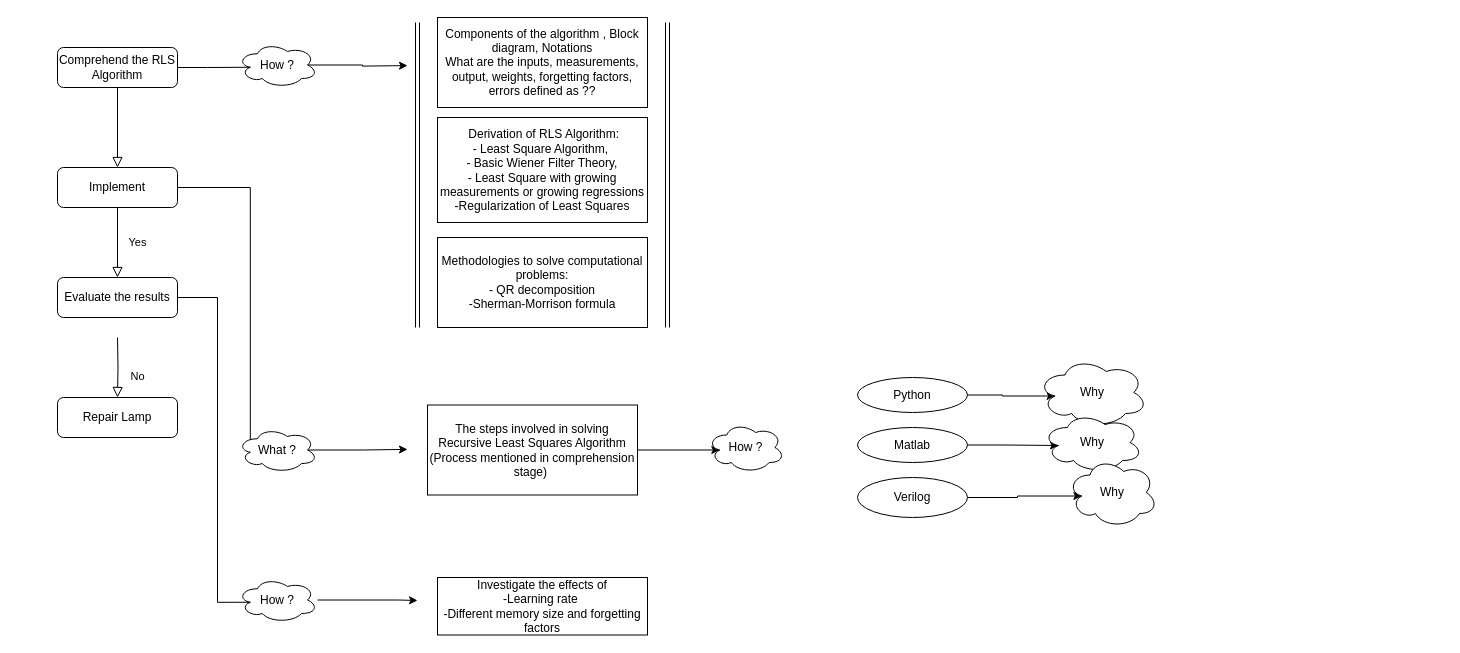
Earlier version of the draw.io diagram Başlıksız Diyagram.drawio (EnesErcin/Recursive_Least-Squares_Algorithm). Source tidied: cells renumbered, new cells numbered last; positions are measured from the earlier drawing's top-left corner, leaving out a move shared by most shapes. Both pictures are drawn from the tidied source at 100%, with x=0, y=0 at pixel (57, 17).
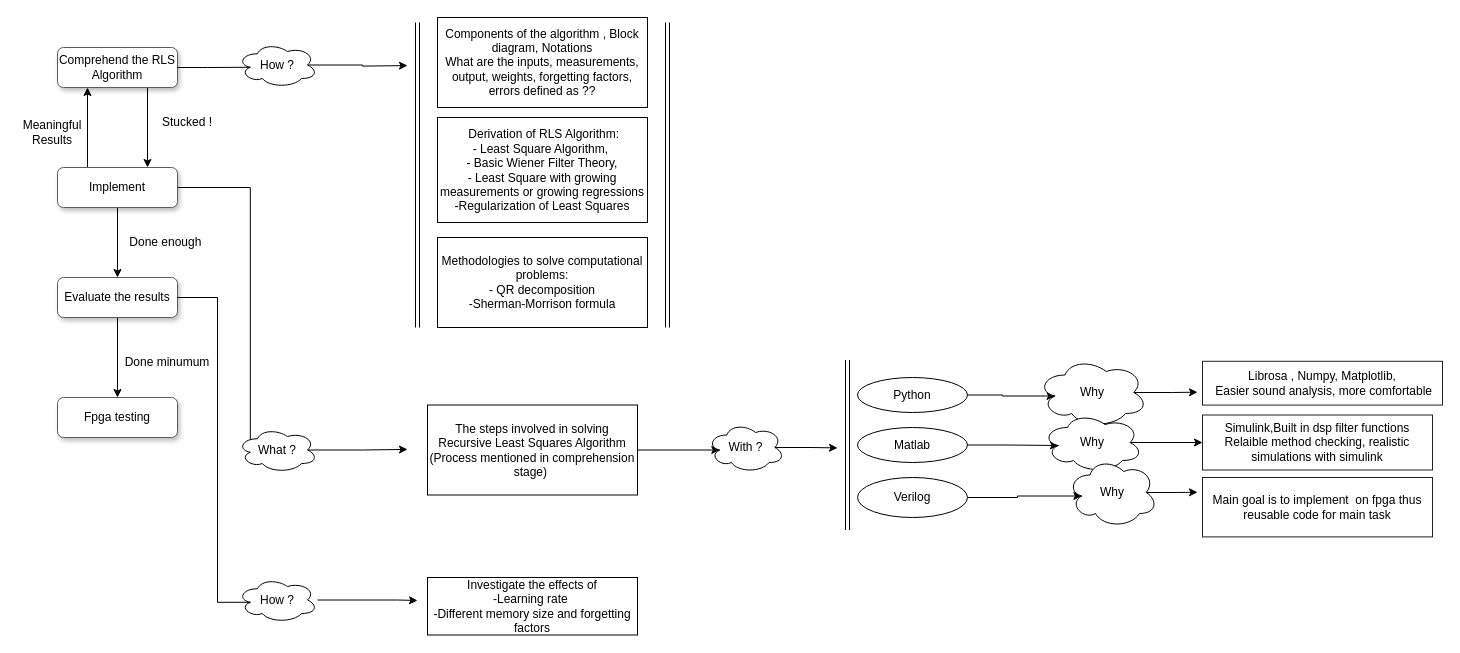
The same page after the edit.

Unchanged cells that the change refers to:
```xml
<mxCell id="23" value="What ?" style="ellipse;shape=cloud;whiteSpace=wrap;html=1;" parent="1" vertex="1">
  <mxGeometry x="180" y="410" width="80" height="45" as="geometry" />
</mxCell>
<mxCell id="33" value="Why" style="ellipse;shape=cloud;whiteSpace=wrap;html=1;" parent="1" vertex="1">
  <mxGeometry x="980" y="340" width="110" height="70" as="geometry" />
</mxCell>
<mxCell id="34" value="Why" style="ellipse;shape=cloud;whiteSpace=wrap;html=1;" parent="1" vertex="1">
  <mxGeometry x="985" y="395" width="100" height="60" as="geometry" />
</mxCell>
<mxCell id="35" value="Why" style="ellipse;shape=cloud;whiteSpace=wrap;html=1;" parent="1" vertex="1">
  <mxGeometry x="1010" y="440" width="90" height="70" as="geometry" />
</mxCell>
```

What changed in the source:
```diff
@@
-    <mxCell id="2" style="rounded=0;html=1;jettySize=auto;fontSize=11;endArrow=block;endFill=0;endSize=8;strokeWidth=1;shadow=0;labelBackgroundColor=none;edgeStyle=orthogonalEdgeStyle;entryX=0.5;entryY=0;entryDx=0;entryDy=0;" parent="1" edge="1" source="3" target="6">
+    <mxCell id="2" style="edgeStyle=orthogonalEdgeStyle;rounded=0;jettySize=auto;html=1;exitX=0.75;exitY=1;exitDx=0;exitDy=0;entryX=0.75;entryY=0;entryDx=0;entryDy=0;" parent="1" edge="1" source="3" target="6">
       <mxGeometry relative="1" as="geometry" />
     </mxCell>
-    <mxCell id="3" value="Comprehend the RLS Algorithm" style="rounded=1;whiteSpace=wrap;html=1;fontSize=12;glass=0;strokeWidth=1;shadow=0;" parent="1" vertex="1">
+    <mxCell id="3" value="Comprehend the RLS Algorithm" style="rounded=1;whiteSpace=wrap;html=1;fontSize=12;glass=0;strokeWidth=1;shadow=1;strokeColor=#5E566B;" parent="1" vertex="1">
       <mxGeometry y="30" width="120" height="40" as="geometry" />
     </mxCell>
+    <mxCell id="5" style="edgeStyle=orthogonalEdgeStyle;rounded=0;jettySize=auto;html=1;exitX=1;exitY=0.5;exitDx=0;exitDy=0;entryX=0.16;entryY=0.55;entryDx=0;entryDy=0;entryPerimeter=0;" parent="1" edge="1" source="6" target="23">
+      <mxGeometry relative="1" as="geometry" />
+    </mxCell>
-    <mxCell id="4" value="Yes" style="rounded=0;html=1;jettySize=auto;fontSize=11;endArrow=block;endFill=0;endSize=8;strokeWidth=1;shadow=0;labelBackgroundColor=none;edgeStyle=orthogonalEdgeStyle;entryX=0.5;entryY=0;entryDx=0;entryDy=0;" parent="1" edge="1" source="6" target="10">
-      <mxGeometry y="20" relative="1" as="geometry" />
+    <mxCell id="4" style="edgeStyle=orthogonalEdgeStyle;rounded=0;jettySize=auto;html=1;exitX=0.5;exitY=1;exitDx=0;exitDy=0;entryX=0.5;entryY=0;entryDx=0;entryDy=0;" parent="1" edge="1" source="6" target="10">
+      <mxGeometry relative="1" as="geometry" />
     </mxCell>
-    <mxCell id="5" style="edgeStyle=orthogonalEdgeStyle;rounded=0;jettySize=auto;html=1;exitX=1;exitY=0.5;exitDx=0;exitDy=0;entryX=0.16;entryY=0.55;entryDx=0;entryDy=0;entryPerimeter=0;" parent="1" edge="1" source="6" target="23">
-      <mxGeometry relative="1" as="geometry" />
-    </mxCell>
+    <mxCell id="36" style="edgeStyle=orthogonalEdgeStyle;rounded=0;jettySize=auto;html=1;exitX=0.25;exitY=0;exitDx=0;exitDy=0;entryX=0.25;entryY=1;entryDx=0;entryDy=0;" parent="1" edge="1" source="6" target="3">
+      <mxGeometry relative="1" as="geometry" />
+    </mxCell>
-    <mxCell id="6" value="Implement" style="rounded=1;whiteSpace=wrap;html=1;fontSize=12;glass=0;strokeWidth=1;shadow=0;" parent="1" vertex="1">
+    <mxCell id="6" value="Implement" style="rounded=1;whiteSpace=wrap;html=1;fontSize=12;glass=0;strokeWidth=1;shadow=1;strokeColor=#5E566B;" parent="1" vertex="1">
       <mxGeometry y="150" width="120" height="40" as="geometry" />
     </mxCell>
-    <mxCell id="7" value="No" style="rounded=0;html=1;jettySize=auto;fontSize=11;endArrow=block;endFill=0;endSize=8;strokeWidth=1;shadow=0;labelBackgroundColor=none;edgeStyle=orthogonalEdgeStyle;" parent="1" edge="1" target="8">
-      <mxGeometry x="0.33" y="20" relative="1" as="geometry">
-        <mxPoint x="60" y="320" as="sourcePoint" />
-      </mxGeometry>
-    </mxCell>
-    <mxCell id="8" value="Repair Lamp" style="rounded=1;whiteSpace=wrap;html=1;fontSize=12;glass=0;strokeWidth=1;shadow=0;" parent="1" vertex="1">
+    <mxCell id="8" value="Fpga testing" style="rounded=1;whiteSpace=wrap;html=1;fontSize=12;glass=0;strokeWidth=1;shadow=1;strokeColor=#5E566B;" parent="1" vertex="1">
       <mxGeometry y="380" width="120" height="40" as="geometry" />
     </mxCell>
@@
+    <mxCell id="37" style="edgeStyle=orthogonalEdgeStyle;rounded=0;jettySize=auto;html=1;exitX=0.5;exitY=1;exitDx=0;exitDy=0;entryX=0.5;entryY=0;entryDx=0;entryDy=0;" parent="1" edge="1" source="10" target="8">
+      <mxGeometry relative="1" as="geometry" />
+    </mxCell>
-    <mxCell id="10" value="Evaluate the results" style="rounded=1;whiteSpace=wrap;html=1;fontSize=12;glass=0;strokeWidth=1;shadow=0;" parent="1" vertex="1">
+    <mxCell id="10" value="Evaluate the results" style="rounded=1;whiteSpace=wrap;html=1;fontSize=12;glass=0;strokeWidth=1;shadow=1;strokeColor=#5E566B;" parent="1" vertex="1">
       <mxGeometry y="260" width="120" height="40" as="geometry" />
     </mxCell>
@@
     <mxCell id="19" value="Investigate the effects of &lt;br&gt;-Learning rate&amp;nbsp;&lt;br&gt;-Different memory size and forgetting factors" style="rounded=0;whiteSpace=wrap;html=1;" parent="1" vertex="1">
-      <mxGeometry x="380" y="560" width="210" height="57.5" as="geometry" />
+      <mxGeometry x="370" y="560" width="210" height="57.5" as="geometry" />
     </mxCell>
@@
+    <mxCell id="38" style="edgeStyle=orthogonalEdgeStyle;rounded=0;jettySize=auto;html=1;exitX=0.875;exitY=0.5;exitDx=0;exitDy=0;exitPerimeter=0;" parent="1" edge="1" source="32">
+      <mxGeometry relative="1" as="geometry">
+        <mxPoint x="780" y="430.4" as="targetPoint" />
+      </mxGeometry>
+    </mxCell>
-    <mxCell id="32" value="How ?" style="ellipse;shape=cloud;whiteSpace=wrap;html=1;" parent="1" vertex="1">
+    <mxCell id="32" value="With ?" style="ellipse;shape=cloud;whiteSpace=wrap;html=1;" parent="1" vertex="1">
       <mxGeometry x="650" y="405" width="77" height="50" as="geometry" />
     </mxCell>
+    <mxCell id="39" style="edgeStyle=orthogonalEdgeStyle;rounded=0;jettySize=auto;html=1;exitX=0.875;exitY=0.5;exitDx=0;exitDy=0;exitPerimeter=0;" parent="1" edge="1" source="33">
+      <mxGeometry relative="1" as="geometry">
+        <mxPoint x="1140" y="374.7" as="targetPoint" />
+      </mxGeometry>
+    </mxCell>
@@
+    <mxCell id="40" style="edgeStyle=orthogonalEdgeStyle;rounded=0;jettySize=auto;html=1;exitX=0.875;exitY=0.5;exitDx=0;exitDy=0;exitPerimeter=0;" parent="1" edge="1" source="34" target="43">
+      <mxGeometry relative="1" as="geometry" />
+    </mxCell>
@@
+    <mxCell id="41" style="edgeStyle=orthogonalEdgeStyle;rounded=0;jettySize=auto;html=1;exitX=0.875;exitY=0.5;exitDx=0;exitDy=0;exitPerimeter=0;" parent="1" edge="1" source="35">
+      <mxGeometry relative="1" as="geometry">
+        <mxPoint x="1140" y="474.7" as="targetPoint" />
+      </mxGeometry>
+    </mxCell>
@@
+    <mxCell id="42" value="Librosa , Numpy, Matplotlib,&lt;br&gt;&amp;nbsp;Easier sound analysis, more comfortable" style="text;html=1;strokeColor=#212121;fillColor=none;align=center;verticalAlign=middle;whiteSpace=wrap;rounded=0;" parent="1" vertex="1">
+      <mxGeometry x="1145" y="343.8" width="240" height="43.8" as="geometry" />
+    </mxCell>
+    <mxCell id="43" value="Simulink,Built in dsp filter functions&lt;br&gt;Relaible method checking, realistic simulations with simulink" style="text;html=1;strokeColor=#212121;fillColor=none;align=center;verticalAlign=middle;whiteSpace=wrap;rounded=0;" parent="1" vertex="1">
+      <mxGeometry x="1145" y="397.5" width="230" height="55" as="geometry" />
+    </mxCell>
+    <mxCell id="44" value="Main goal is to implement&amp;nbsp; on fpga thus reusable code for main task" style="text;html=1;strokeColor=#212121;fillColor=none;align=center;verticalAlign=middle;whiteSpace=wrap;rounded=0;" parent="1" vertex="1">
+      <mxGeometry x="1145" y="460" width="230" height="59.4" as="geometry" />
+    </mxCell>
+    <mxCell id="45" style="shape=link;html=1;rounded=0;" parent="1" edge="1">
+      <mxGeometry relative="1" as="geometry">
+        <mxPoint x="790" y="342.5" as="sourcePoint" />
+        <mxPoint x="790" y="512.5" as="targetPoint" />
+      </mxGeometry>
+    </mxCell>
+    <mxCell id="46" value="Done enough&amp;nbsp;" style="text;html=1;strokeColor=none;fillColor=none;align=center;verticalAlign=middle;whiteSpace=wrap;rounded=0;" parent="1" vertex="1">
+      <mxGeometry x="70" y="210" width="80" height="30" as="geometry" />
+    </mxCell>
+    <mxCell id="47" value="Done minumum" style="text;html=1;strokeColor=none;fillColor=none;align=center;verticalAlign=middle;whiteSpace=wrap;rounded=0;" parent="1" vertex="1">
+      <mxGeometry x="60" y="330" width="100" height="30" as="geometry" />
+    </mxCell>
+    <mxCell id="48" value="Stucked !" style="text;html=1;strokeColor=none;fillColor=none;align=center;verticalAlign=middle;whiteSpace=wrap;rounded=0;" parent="1" vertex="1">
+      <mxGeometry x="90" y="90" width="80" height="30" as="geometry" />
+    </mxCell>
+    <mxCell id="49" value="Meaningful Results" style="text;html=1;strokeColor=none;fillColor=none;align=center;verticalAlign=middle;whiteSpace=wrap;rounded=0;" parent="1" vertex="1">
+      <mxGeometry x="-40" y="90" width="70" height="50" as="geometry" />
+    </mxCell>
```
